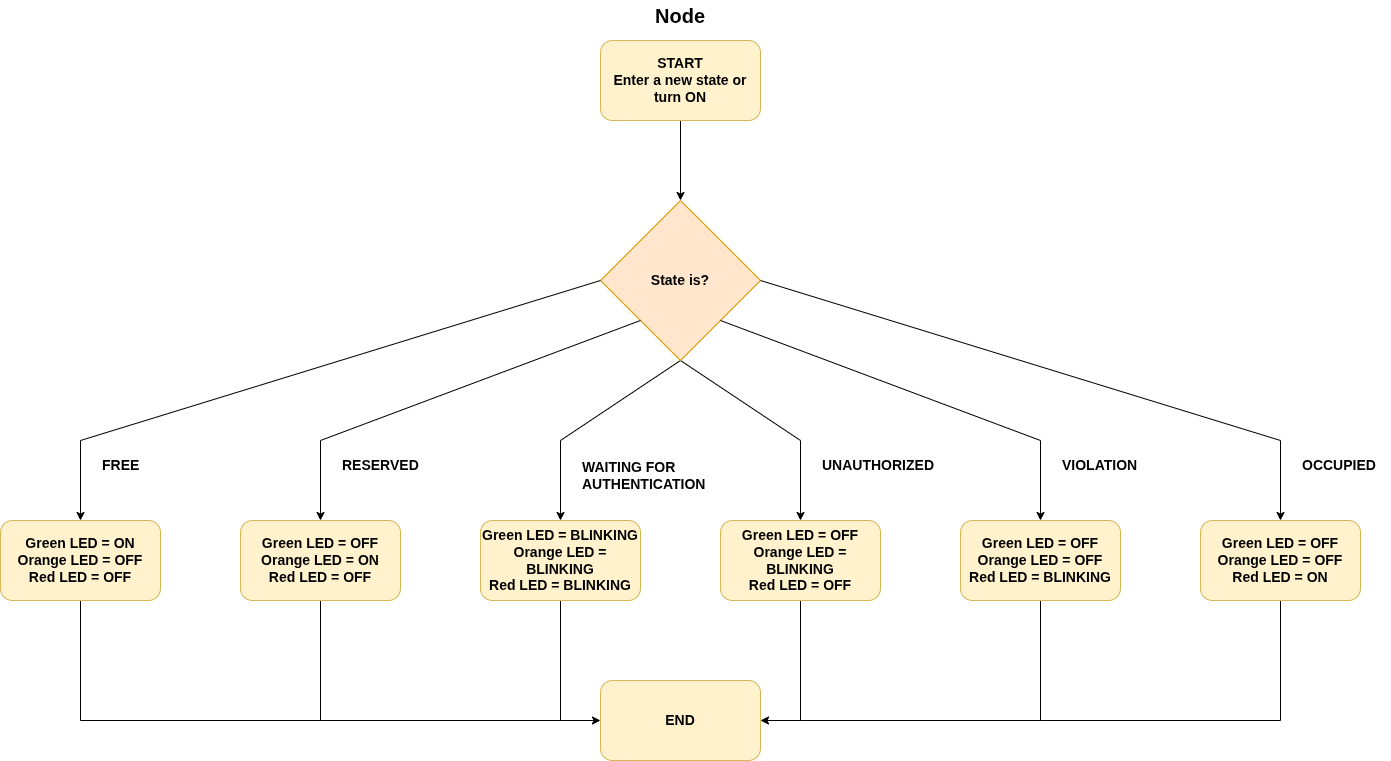
The draw.io diagram analysis_document/pics/fr9.png in lasercata/IoT_parking_management, before a commit. Source tidied: cells renumbered, new cells last; positions are measured from the earlier drawing's top-left corner, leaving out a move shared by most shapes.
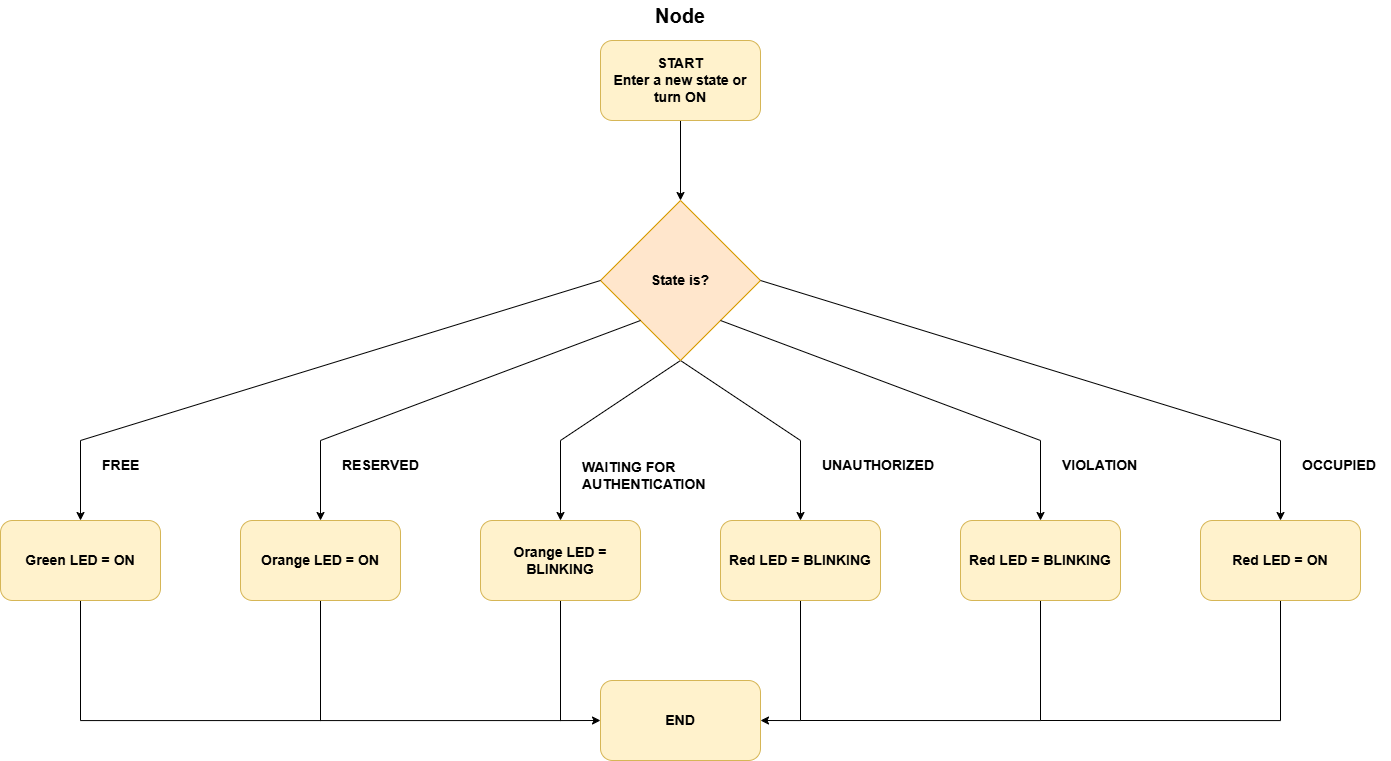
Above is the later version.

What changed in the source:
```diff
@@ -31,13 +31,13 @@
     <mxCell id="8" style="edgeStyle=orthogonalEdgeStyle;rounded=0;jettySize=auto;html=1;exitX=0.5;exitY=1;exitDx=0;exitDy=0;entryX=0;entryY=0.5;entryDx=0;entryDy=0;" parent="1" edge="1" source="9" target="30">
       <mxGeometry relative="1" as="geometry" />
     </mxCell>
-    <mxCell id="9" value="Green LED = BLINKING&lt;div&gt;Orange LED = BLINKING&lt;br&gt;&lt;div&gt;Red LED =&amp;nbsp;&lt;span style=&quot;background-color: transparent; color: light-dark(rgb(0, 0, 0), rgb(255, 255, 255));&quot;&gt;BLINKING&lt;/span&gt;&lt;/div&gt;&lt;/div&gt;" style="rounded=1;whiteSpace=wrap;html=1;fillColor=#fff2cc;strokeColor=#d6b656;fontSize=14;fontStyle=1;" parent="1" vertex="1">
+    <mxCell id="9" value="Orange LED = BLINKING" style="rounded=1;whiteSpace=wrap;html=1;fillColor=#fff2cc;strokeColor=#d6b656;fontSize=14;fontStyle=1;" parent="1" vertex="1">
       <mxGeometry x="480" y="520" width="160" height="80" as="geometry" />
     </mxCell>
     <mxCell id="10" style="edgeStyle=orthogonalEdgeStyle;rounded=0;jettySize=auto;html=1;exitX=0.5;exitY=1;exitDx=0;exitDy=0;entryX=1;entryY=0.5;entryDx=0;entryDy=0;" parent="1" edge="1" source="11" target="30">
       <mxGeometry relative="1" as="geometry" />
     </mxCell>
-    <mxCell id="11" value="Green LED = OFF&lt;div&gt;Orange LED = BLINKING&lt;br&gt;&lt;div&gt;Red LED =&amp;nbsp;&lt;span style=&quot;background-color: transparent; color: light-dark(rgb(0, 0, 0), rgb(255, 255, 255));&quot;&gt;OFF&lt;/span&gt;&lt;/div&gt;&lt;/div&gt;" style="rounded=1;whiteSpace=wrap;html=1;fillColor=#fff2cc;strokeColor=#d6b656;fontSize=14;fontStyle=1;" parent="1" vertex="1">
+    <mxCell id="11" value="&lt;div&gt;&lt;div&gt;Red LED =&amp;nbsp;&lt;span style=&quot;background-color: transparent; color: light-dark(rgb(0, 0, 0), rgb(255, 255, 255));&quot;&gt;BLINKING&lt;/span&gt;&lt;/div&gt;&lt;/div&gt;" style="rounded=1;whiteSpace=wrap;html=1;fillColor=#fff2cc;strokeColor=#d6b656;fontSize=14;fontStyle=1;" parent="1" vertex="1">
       <mxGeometry x="720" y="520" width="160" height="80" as="geometry" />
     </mxCell>
     <mxCell id="12" style="edgeStyle=orthogonalEdgeStyle;rounded=0;jettySize=auto;html=1;exitX=0.5;exitY=1;exitDx=0;exitDy=0;endArrow=none;endFill=0;" parent="1" edge="1" source="13">
@@ -48,7 +48,7 @@
         </Array>
       </mxGeometry>
     </mxCell>
-    <mxCell id="13" value="Green LED = OFF&lt;div&gt;Orange LED = OFF&lt;br&gt;&lt;div&gt;Red LED = BLINKING&lt;/div&gt;&lt;/div&gt;" style="rounded=1;whiteSpace=wrap;html=1;fillColor=#fff2cc;strokeColor=#d6b656;fontSize=14;fontStyle=1;" parent="1" vertex="1">
+    <mxCell id="13" value="&lt;div&gt;&lt;div&gt;Red LED = BLINKING&lt;/div&gt;&lt;/div&gt;" style="rounded=1;whiteSpace=wrap;html=1;fillColor=#fff2cc;strokeColor=#d6b656;fontSize=14;fontStyle=1;" parent="1" vertex="1">
       <mxGeometry x="960" y="520" width="160" height="80" as="geometry" />
     </mxCell>
     <mxCell id="14" style="edgeStyle=orthogonalEdgeStyle;rounded=0;jettySize=auto;html=1;exitX=0.5;exitY=1;exitDx=0;exitDy=0;endArrow=none;endFill=0;" parent="1" edge="1" source="15">
@@ -60,7 +60,7 @@
         </Array>
       </mxGeometry>
     </mxCell>
-    <mxCell id="15" value="Green LED = OFF&lt;div&gt;Orange LED = ON&lt;br&gt;&lt;div&gt;Red LED = OFF&lt;/div&gt;&lt;/div&gt;" style="rounded=1;whiteSpace=wrap;html=1;fillColor=#fff2cc;strokeColor=#d6b656;fontSize=14;fontStyle=1;" parent="1" vertex="1">
+    <mxCell id="15" value="Orange LED = ON" style="rounded=1;whiteSpace=wrap;html=1;fillColor=#fff2cc;strokeColor=#d6b656;fontSize=14;fontStyle=1;" parent="1" vertex="1">
       <mxGeometry x="240" y="520" width="160" height="80" as="geometry" />
     </mxCell>
     <mxCell id="16" style="edgeStyle=orthogonalEdgeStyle;rounded=0;jettySize=auto;html=1;exitX=0.5;exitY=1;exitDx=0;exitDy=0;endArrow=none;endFill=0;" parent="1" edge="1" source="17">
@@ -72,7 +72,7 @@
         </Array>
       </mxGeometry>
     </mxCell>
-    <mxCell id="17" value="Green LED = ON&lt;div&gt;Orange LED = OFF&lt;br&gt;&lt;div&gt;Red LED = OFF&lt;/div&gt;&lt;/div&gt;" style="rounded=1;whiteSpace=wrap;html=1;fillColor=#fff2cc;strokeColor=#d6b656;fontSize=14;fontStyle=1;" parent="1" vertex="1">
+    <mxCell id="17" value="Green LED = ON" style="rounded=1;whiteSpace=wrap;html=1;fillColor=#fff2cc;strokeColor=#d6b656;fontSize=14;fontStyle=1;" parent="1" vertex="1">
       <mxGeometry y="520" width="160" height="80" as="geometry" />
     </mxCell>
     <mxCell id="18" style="edgeStyle=orthogonalEdgeStyle;rounded=0;jettySize=auto;html=1;exitX=0.5;exitY=1;exitDx=0;exitDy=0;endArrow=none;endFill=0;" parent="1" edge="1" source="19">
@@ -83,7 +83,7 @@
         </Array>
       </mxGeometry>
     </mxCell>
-    <mxCell id="19" value="Green LED = OFF&lt;div&gt;Orange LED = OFF&lt;br&gt;&lt;div&gt;Red LED = ON&lt;/div&gt;&lt;/div&gt;" style="rounded=1;whiteSpace=wrap;html=1;fillColor=#fff2cc;strokeColor=#d6b656;fontSize=14;fontStyle=1;" parent="1" vertex="1">
+    <mxCell id="19" value="&lt;div&gt;&lt;div&gt;Red LED = ON&lt;/div&gt;&lt;/div&gt;" style="rounded=1;whiteSpace=wrap;html=1;fillColor=#fff2cc;strokeColor=#d6b656;fontSize=14;fontStyle=1;" parent="1" vertex="1">
       <mxGeometry x="1200" y="520" width="160" height="80" as="geometry" />
     </mxCell>
     <mxCell id="20" style="endArrow=classic;html=1;rounded=0;entryX=0.5;entryY=0;entryDx=0;entryDy=0;exitX=1;exitY=0;exitDx=0;exitDy=0;" parent="1" edge="1" source="4" target="13">
```
